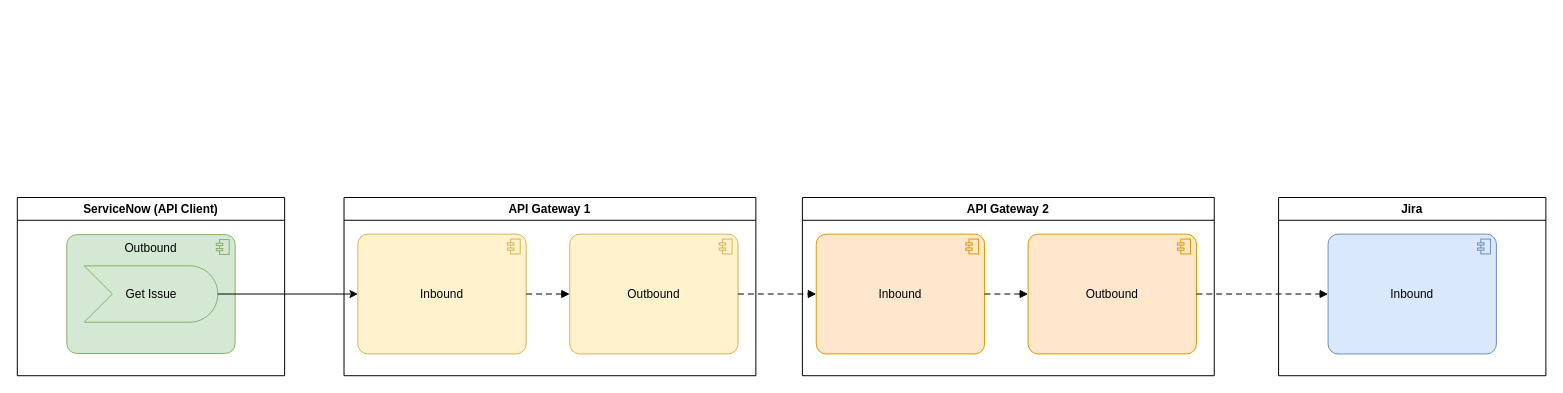
Before: page "Gateway" (1 of 18) of Bosch.drawio in algimas/tmp, a draw.io diagram. Source tidied: cells renumbered, new cells numbered last; positions are measured from the earlier drawing's top-left corner, leaving out a move shared by most shapes. Both pictures are drawn from the tidied source at 99%, with x=0, y=0 at pixel (17, 197).
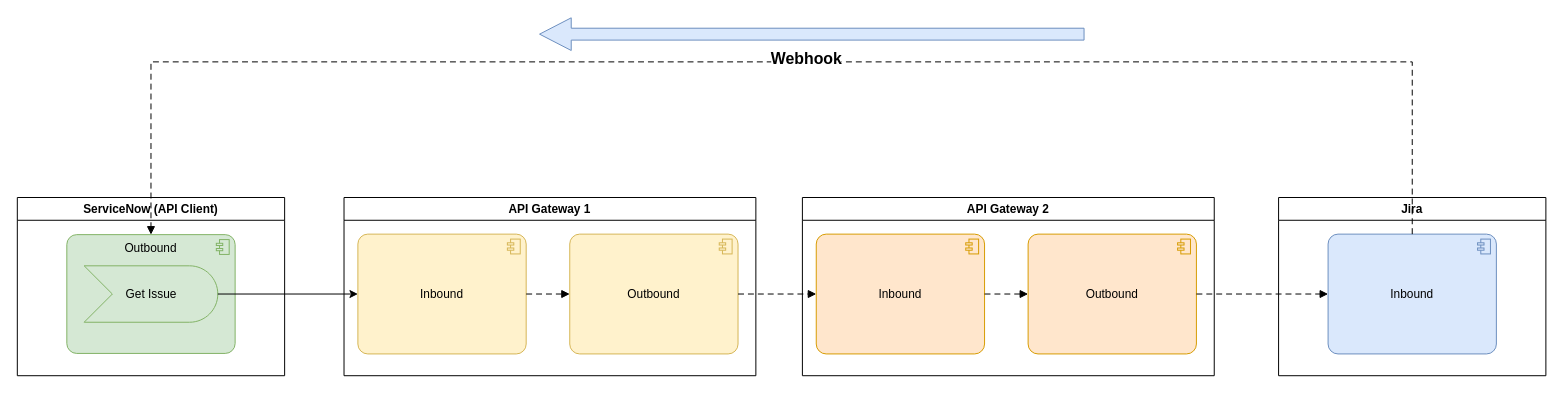
The same diagram, later.

The change refers to these unchanged cells:
```xml
<mxCell id="7" value="Outbound" style="html=1;outlineConnect=0;whiteSpace=wrap;fillColor=#d5e8d4;shape=mxgraph.archimate3.application;appType=comp;archiType=rounded;strokeColor=#82b366;verticalAlign=top;fontStyle=0;" parent="6" vertex="1">
  <mxGeometry x="50" y="37.5" width="170" height="120" as="geometry" />
</mxCell>
<mxCell id="10" value="Inbound" style="html=1;outlineConnect=0;whiteSpace=wrap;fillColor=#dae8fc;shape=mxgraph.archimate3.application;appType=comp;archiType=rounded;strokeColor=#6c8ebf;verticalAlign=middle;fontStyle=0;" parent="9" vertex="1">
  <mxGeometry x="50" y="37" width="170" height="121" as="geometry" />
</mxCell>
```

What changed in the source:
```diff
@@
+    <mxCell id="18" style="html=1;endArrow=block;dashed=1;elbow=vertical;endFill=1;dashPattern=6 4;rounded=0;fontSize=12;fontStyle=0;edgeStyle=elbowEdgeStyle;" parent="1" edge="1" source="10" target="7">
+      <mxGeometry relative="1" as="geometry">
+        <Array as="points">
+          <mxPoint x="768" y="-137" />
+        </Array>
+      </mxGeometry>
+    </mxCell>
+    <mxCell id="19" value="&lt;font style=&quot;font-size: 16px;&quot;&gt;&lt;b style=&quot;&quot;&gt;Webhook&lt;/b&gt;&lt;/font&gt;" style="edgeLabel;html=1;align=center;verticalAlign=middle;" parent="18" vertex="1">
+      <mxGeometry x="-0.03" y="-4" relative="1" as="geometry" />
+    </mxCell>
+    <mxCell id="20" style="shape=flexArrow;endArrow=classic;html=1;rounded=0;width=12;endSize=10.33;fillColor=#dae8fc;strokeColor=#6c8ebf;" parent="1" edge="1">
+      <mxGeometry relative="1" as="geometry">
+        <mxPoint x="1078" y="-165" as="sourcePoint" />
+        <mxPoint x="527" y="-165" as="targetPoint" />
+      </mxGeometry>
+    </mxCell>
```
